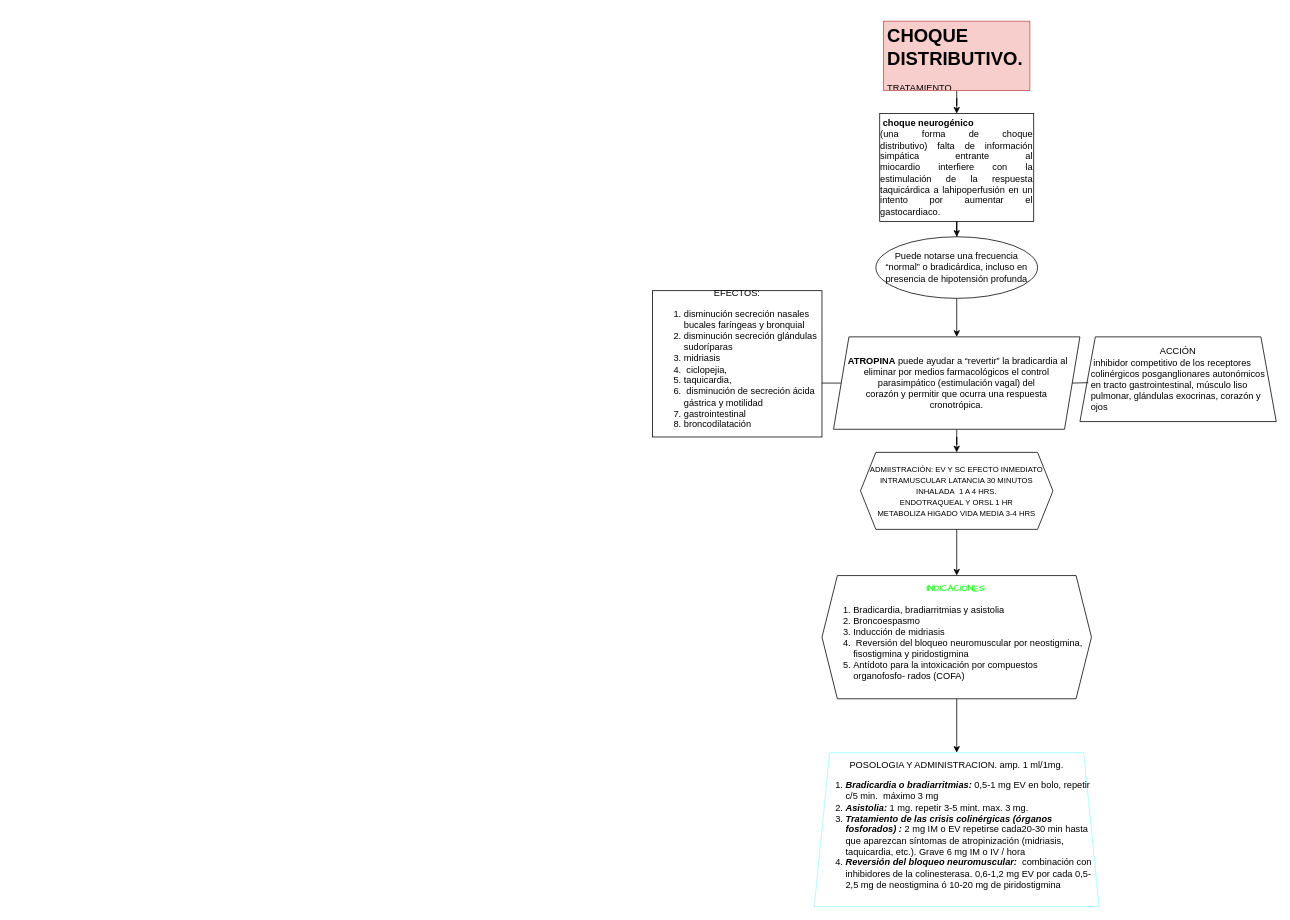
Earlier version of the draw.io diagram Untitled Diagram.drawio (jcapont/MEDICINA). Source tidied: cells renumbered, new cells numbered last; positions are measured from the earlier drawing's top-left corner, leaving out a move shared by most shapes. Both pictures are drawn from the tidied source at 77%, with x=0, y=0 at pixel (652, 21).
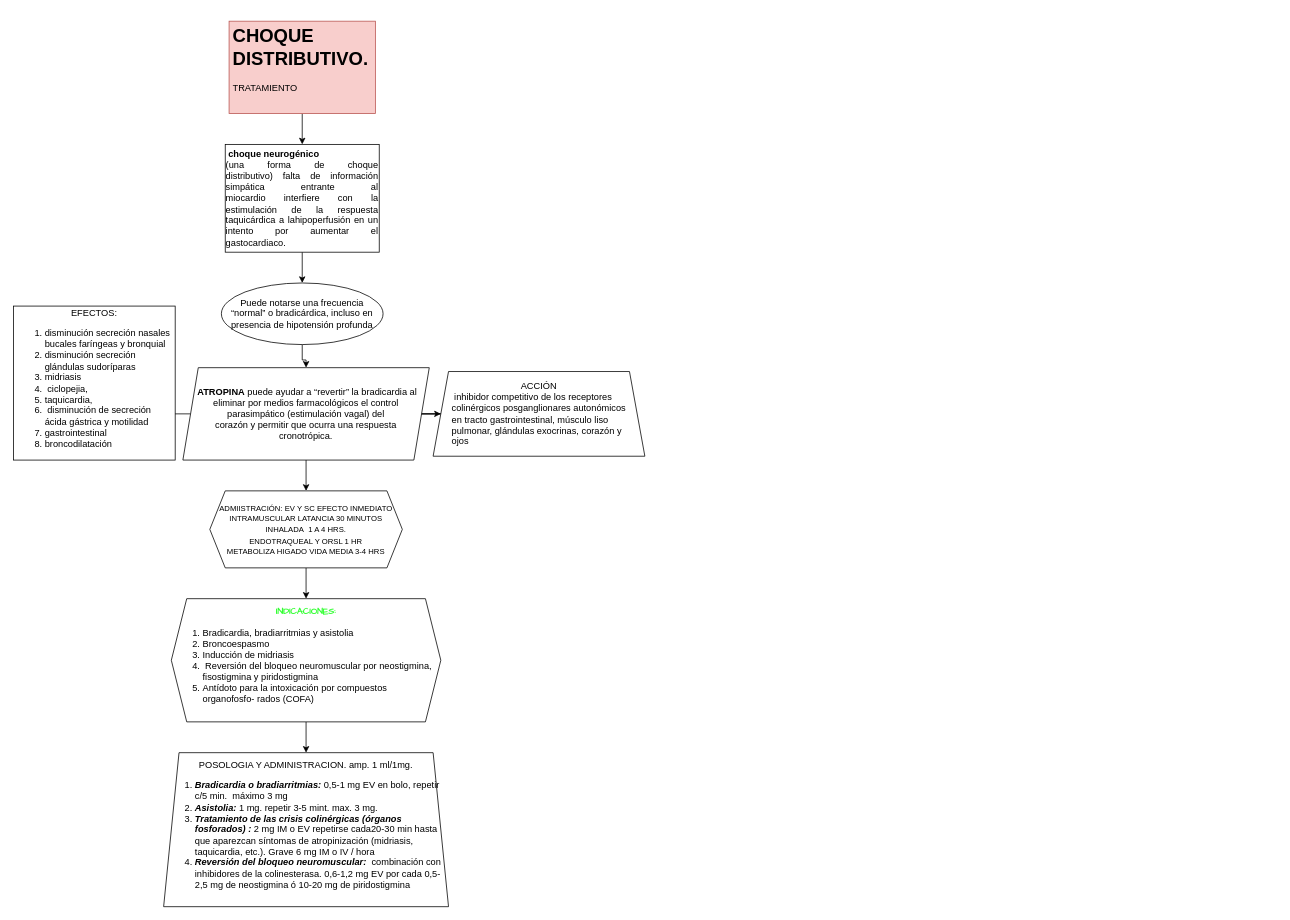
The same diagram, later.

Commit message:
CHOQUE DISTRIBUTIVO TTO.drawio

Change to the diagram source:
```diff
@@
 <mxGraphModel>
   <root>
     <mxCell id="0" />
     <mxCell id="1" parent="0" />
     <mxCell id="2" style="edgeStyle=orthogonalEdgeStyle;rounded=0;jettySize=auto;html=1;" parent="1" edge="1" source="3" target="5">
       <mxGeometry relative="1" as="geometry" />
     </mxCell>
     <mxCell id="3" value="&lt;h1&gt;CHOQUE DISTRIBUTIVO.&lt;/h1&gt;&lt;p&gt;TRATAMIENTO&lt;/p&gt;" style="text;html=1;strokeColor=#b85450;fillColor=#f8cecc;spacing=5;spacingTop=-20;whiteSpace=wrap;overflow=hidden;rounded=0;" parent="1" vertex="1">
-      <mxGeometry x="300" width="190" height="90" as="geometry" />
+      <mxGeometry x="-550" width="190" height="120" as="geometry" />
     </mxCell>
     <mxCell id="4" style="edgeStyle=orthogonalEdgeStyle;rounded=0;jettySize=auto;html=1;" parent="1" edge="1" source="5" target="7">
       <mxGeometry relative="1" as="geometry" />
     </mxCell>
     <mxCell id="5" value="&lt;div style=&quot;text-align: justify&quot;&gt;&lt;b&gt;&amp;nbsp;choque neurogénico&lt;/b&gt;&lt;span&gt;&amp;nbsp;&lt;/span&gt;&lt;/div&gt;&lt;div style=&quot;text-align: justify&quot;&gt;&lt;span&gt;(una forma de choque distributivo)&lt;/span&gt;&lt;span&gt;&amp;nbsp;falta de información simpática entrante al miocardio&amp;nbsp;&lt;/span&gt;&lt;span&gt;interfi&lt;/span&gt;&lt;span&gt;ere con la estimulación de la respuesta taquicárdica a la&lt;/span&gt;&lt;span&gt;hipoperfusión en un intento por aumentar el gasto&lt;/span&gt;&lt;span&gt;cardiaco.&lt;/span&gt;&lt;/div&gt;" style="whiteSpace=wrap;html=1;" parent="1" vertex="1">
-      <mxGeometry x="295" y="120" width="200" height="140" as="geometry" />
+      <mxGeometry x="-555" y="160" width="200" height="140" as="geometry" />
     </mxCell>
     <mxCell id="6" style="edgeStyle=orthogonalEdgeStyle;rounded=0;jettySize=auto;html=1;" parent="1" edge="1" source="7" target="10">
       <mxGeometry relative="1" as="geometry" />
     </mxCell>
     <mxCell id="7" value="&lt;div&gt;Puede notarse una frecuencia&lt;/div&gt;&lt;div&gt;“normal” o bradicárdica, incluso en presencia de hipotensión profunda&lt;/div&gt;" style="ellipse;whiteSpace=wrap;html=1;" parent="1" vertex="1">
-      <mxGeometry x="290" y="280" width="210" height="80" as="geometry" />
+      <mxGeometry x="-560" y="340" width="210" height="80" as="geometry" />
     </mxCell>
+    <mxCell id="19" style="edgeStyle=orthogonalEdgeStyle;rounded=0;jettySize=auto;html=1;" parent="1" edge="1" source="10" target="11">
+      <mxGeometry relative="1" as="geometry" />
+    </mxCell>
     <mxCell id="8" style="edgeStyle=orthogonalEdgeStyle;rounded=0;jettySize=auto;html=1;" parent="1" edge="1" source="10" target="12">
       <mxGeometry relative="1" as="geometry" />
     </mxCell>
     <mxCell id="9" style="edgeStyle=orthogonalEdgeStyle;rounded=0;jettySize=auto;html=1;" parent="1" edge="1" source="10" target="14">
       <mxGeometry relative="1" as="geometry" />
     </mxCell>
     <mxCell id="10" value="&lt;div&gt;&amp;nbsp;&lt;b&gt;ATROPINA&amp;nbsp;&lt;/b&gt;puede ayudar a “revertir” la&amp;nbsp;&lt;span&gt;bradicardia al eliminar por medios farmacológicos el control parasimpático (estimulación&amp;nbsp;&lt;/span&gt;&lt;span&gt;vagal) del&lt;/span&gt;&lt;/div&gt;&lt;div&gt;corazón y permitir que&amp;nbsp;&lt;span&gt;ocurra una respuesta&lt;/span&gt;&lt;/div&gt;&lt;div&gt;cronotrópica.&lt;/div&gt;" style="shape=parallelogram;perimeter=parallelogramPerimeter;whiteSpace=wrap;html=1;fixedSize=1;" parent="1" vertex="1">
-      <mxGeometry x="235" y="410" width="320" height="120" as="geometry" />
+      <mxGeometry x="-610" y="450" width="320" height="120" as="geometry" />
     </mxCell>
     <mxCell id="11" value="&lt;div&gt;ACCIÓN&lt;/div&gt;&lt;div style=&quot;text-align: justify&quot;&gt;&amp;nbsp;inhibidor competitivo de los receptores&lt;/div&gt;&lt;div style=&quot;text-align: justify&quot;&gt;colinérgicos posganglionares autonómicos&lt;/div&gt;&lt;div style=&quot;text-align: justify&quot;&gt;en tracto&amp;nbsp;&lt;span&gt;gastrointestinal, músculo liso&lt;/span&gt;&lt;/div&gt;&lt;div style=&quot;text-align: justify&quot;&gt;pulmonar, glándulas exocrinas,&amp;nbsp;&lt;span&gt;corazón y&lt;/span&gt;&lt;/div&gt;&lt;div style=&quot;text-align: justify&quot;&gt;ojos&lt;/div&gt;" style="shape=trapezoid;perimeter=trapezoidPerimeter;whiteSpace=wrap;html=1;fixedSize=1;align=center;" parent="1" vertex="1">
-      <mxGeometry x="555" y="410" width="255" height="110" as="geometry" />
+      <mxGeometry x="-285" y="455" width="275" height="110" as="geometry" />
     </mxCell>
     <mxCell id="12" value="EFECTOS:&lt;br&gt;&lt;ol&gt;&lt;li style=&quot;text-align: left&quot;&gt;disminución secreción nasales bucales faríngeas y bronquial&lt;br&gt;&lt;/li&gt;&lt;li style=&quot;text-align: left&quot;&gt;disminución secreción glándulas sudoríparas&lt;/li&gt;&lt;li style=&quot;text-align: left&quot;&gt;&lt;span&gt;midriasis&lt;/span&gt;&lt;/li&gt;&lt;li style=&quot;text-align: left&quot;&gt;&lt;span&gt;&amp;nbsp;ciclopejia,&amp;nbsp;&lt;/span&gt;&lt;/li&gt;&lt;li style=&quot;text-align: left&quot;&gt;&lt;span&gt;taquicardia,&lt;/span&gt;&lt;/li&gt;&lt;li style=&quot;text-align: left&quot;&gt;&lt;span&gt;&amp;nbsp;disminución de secreción ácida gástrica y motilidad&lt;/span&gt;&lt;br&gt;&lt;/li&gt;&lt;li style=&quot;text-align: left&quot;&gt;gastrointestinal&lt;/li&gt;&lt;li style=&quot;text-align: left&quot;&gt;broncodilatación&lt;/li&gt;&lt;/ol&gt;" style="whiteSpace=wrap;html=1;" parent="1" vertex="1">
-      <mxGeometry y="350" width="220" height="190" as="geometry" />
+      <mxGeometry x="-830" y="370" width="210" height="200" as="geometry" />
     </mxCell>
     <mxCell id="13" style="edgeStyle=orthogonalEdgeStyle;rounded=0;jettySize=auto;html=1;" parent="1" edge="1" source="14" target="16">
       <mxGeometry relative="1" as="geometry" />
     </mxCell>
     <mxCell id="14" value="&lt;font style=&quot;font-size: 10px&quot;&gt;ADMIISTRACIÓN: EV Y SC EFECTO INMEDIATO&lt;br&gt;INTRAMUSCULAR LATANCIA 30 MINUTOS&lt;br&gt;INHALADA&amp;nbsp; 1 A 4 HRS.&lt;br&gt;ENDOTRAQUEAL Y ORSL 1 HR&lt;br&gt;METABOLIZA HIGADO VIDA MEDIA 3-4 HRS&lt;br&gt;&lt;/font&gt;" style="shape=hexagon;perimeter=hexagonPerimeter2;whiteSpace=wrap;html=1;fixedSize=1;align=center;" parent="1" vertex="1">
-      <mxGeometry x="270" y="560" width="250" height="100" as="geometry" />
+      <mxGeometry x="-575" y="610" width="250" height="100" as="geometry" />
     </mxCell>
     <mxCell id="15" style="edgeStyle=orthogonalEdgeStyle;rounded=0;jettySize=auto;html=1;" parent="1" edge="1" source="16" target="17">
       <mxGeometry relative="1" as="geometry" />
     </mxCell>
     <mxCell id="16" value="&lt;b&gt;&lt;font face=&quot;Comic Sans MS&quot; color=&quot;#33ff33&quot;&gt;INDICACIONES:&lt;/font&gt;&lt;/b&gt;&lt;br&gt;&lt;div&gt;&lt;ol&gt;&lt;li style=&quot;text-align: left&quot;&gt;Bradicardia, bradiarritmias y asistolia&lt;/li&gt;&lt;li style=&quot;text-align: left&quot;&gt;Broncoespasmo&lt;/li&gt;&lt;li style=&quot;text-align: left&quot;&gt;Inducción de midriasis&lt;/li&gt;&lt;li style=&quot;text-align: left&quot;&gt;&amp;nbsp;Reversión del bloqueo neuromuscular por neostigmina, fisostigmina y piridostigmina&lt;/li&gt;&lt;li style=&quot;text-align: left&quot;&gt;Antídoto para la intoxicación por compuestos organofosfo- rados (COFA)&lt;/li&gt;&lt;/ol&gt;&lt;/div&gt;" style="shape=hexagon;perimeter=hexagonPerimeter2;whiteSpace=wrap;html=1;fixedSize=1;align=center;" parent="1" vertex="1">
-      <mxGeometry x="220" y="720" width="350" height="160" as="geometry" />
+      <mxGeometry x="-625" y="750" width="350" height="160" as="geometry" />
     </mxCell>
-    <mxCell id="17" value="POSOLOGIA Y ADMINISTRACION. amp. 1 ml/1mg.&lt;br&gt;&lt;div&gt;&lt;ol&gt;&lt;li style=&quot;text-align: left&quot;&gt;&lt;i&gt;&lt;b&gt;Bradicardia o bradiarritmias:&lt;/b&gt;&lt;/i&gt;&amp;nbsp;0,5-1 mg EV en bolo, repetir c/5 min.&amp;nbsp; máximo 3 mg&lt;/li&gt;&lt;li style=&quot;text-align: left&quot;&gt;&lt;i&gt;&lt;b&gt;Asistolia:&lt;/b&gt;&lt;/i&gt; 1 mg. repetir 3-5 mint. max. 3 mg.&lt;br&gt;&lt;/li&gt;&lt;li style=&quot;text-align: left&quot;&gt;&lt;b&gt;&lt;i&gt;Tratamiento de las crisis colinérgicas (órganos fosforados) :&amp;nbsp;&lt;/i&gt;&lt;/b&gt;&lt;span&gt;2 mg IM o EV repetirse cada&lt;/span&gt;20-30 min hasta que aparezcan síntomas de atropinización (midriasis, taquicardia, etc.). Grave 6 mg IM o IV / hora&lt;/li&gt;&lt;li style=&quot;text-align: left&quot;&gt;&lt;b style=&quot;font-style: italic&quot;&gt;Reversión del bloqueo neuromuscular:&amp;nbsp;&amp;nbsp;&lt;/b&gt;combinación con inhibidores de la colinesterasa. 0,6-1,2 mg EV por cada 0,5-2,5 mg de neostigmina ó 10-20 mg de piridostigmina&lt;/li&gt;&lt;/ol&gt;&lt;/div&gt;" style="shape=trapezoid;perimeter=trapezoidPerimeter;whiteSpace=wrap;html=1;fixedSize=1;strokeColor=#99FFFF;" parent="1" vertex="1">
-      <mxGeometry x="210" y="950" width="370" height="200" as="geometry" />
+    <mxCell id="17" value="POSOLOGIA Y ADMINISTRACION. amp. 1 ml/1mg.&lt;br&gt;&lt;div&gt;&lt;ol&gt;&lt;li style=&quot;text-align: left&quot;&gt;&lt;i&gt;&lt;b&gt;Bradicardia o bradiarritmias:&lt;/b&gt;&lt;/i&gt;&amp;nbsp;0,5-1 mg EV en bolo, repetir c/5 min.&amp;nbsp; máximo 3 mg&lt;/li&gt;&lt;li style=&quot;text-align: left&quot;&gt;&lt;i&gt;&lt;b&gt;Asistolia:&lt;/b&gt;&lt;/i&gt; 1 mg. repetir 3-5 mint. max. 3 mg.&lt;br&gt;&lt;/li&gt;&lt;li style=&quot;text-align: left&quot;&gt;&lt;b&gt;&lt;i&gt;Tratamiento de las crisis colinérgicas (órganos fosforados) :&amp;nbsp;&lt;/i&gt;&lt;/b&gt;&lt;span&gt;2 mg IM o EV repetirse cada&lt;/span&gt;20-30 min hasta que aparezcan síntomas de atropinización (midriasis, taquicardia, etc.). Grave 6 mg IM o IV / hora&lt;/li&gt;&lt;li style=&quot;text-align: left&quot;&gt;&lt;b style=&quot;font-style: italic&quot;&gt;Reversión del bloqueo neuromuscular:&amp;nbsp;&amp;nbsp;&lt;/b&gt;combinación con inhibidores de la colinesterasa. 0,6-1,2 mg EV por cada 0,5-2,5 mg de neostigmina ó 10-20 mg de piridostigmina&lt;/li&gt;&lt;/ol&gt;&lt;/div&gt;" style="shape=trapezoid;perimeter=trapezoidPerimeter;whiteSpace=wrap;html=1;fixedSize=1;" parent="1" vertex="1">
+      <mxGeometry x="-635" y="950" width="370" height="200" as="geometry" />
     </mxCell>
-    <mxCell id="18" style="endArrow=none;html=1;exitX=1;exitY=0.5;exitDx=0;exitDy=0;" parent="1" edge="1" source="10">
-      <mxGeometry relative="1" as="geometry">
-        <mxPoint x="566" y="469.5" as="targetPoint" />
-      </mxGeometry>
-    </mxCell>
   </root>
 </mxGraphModel>
```
